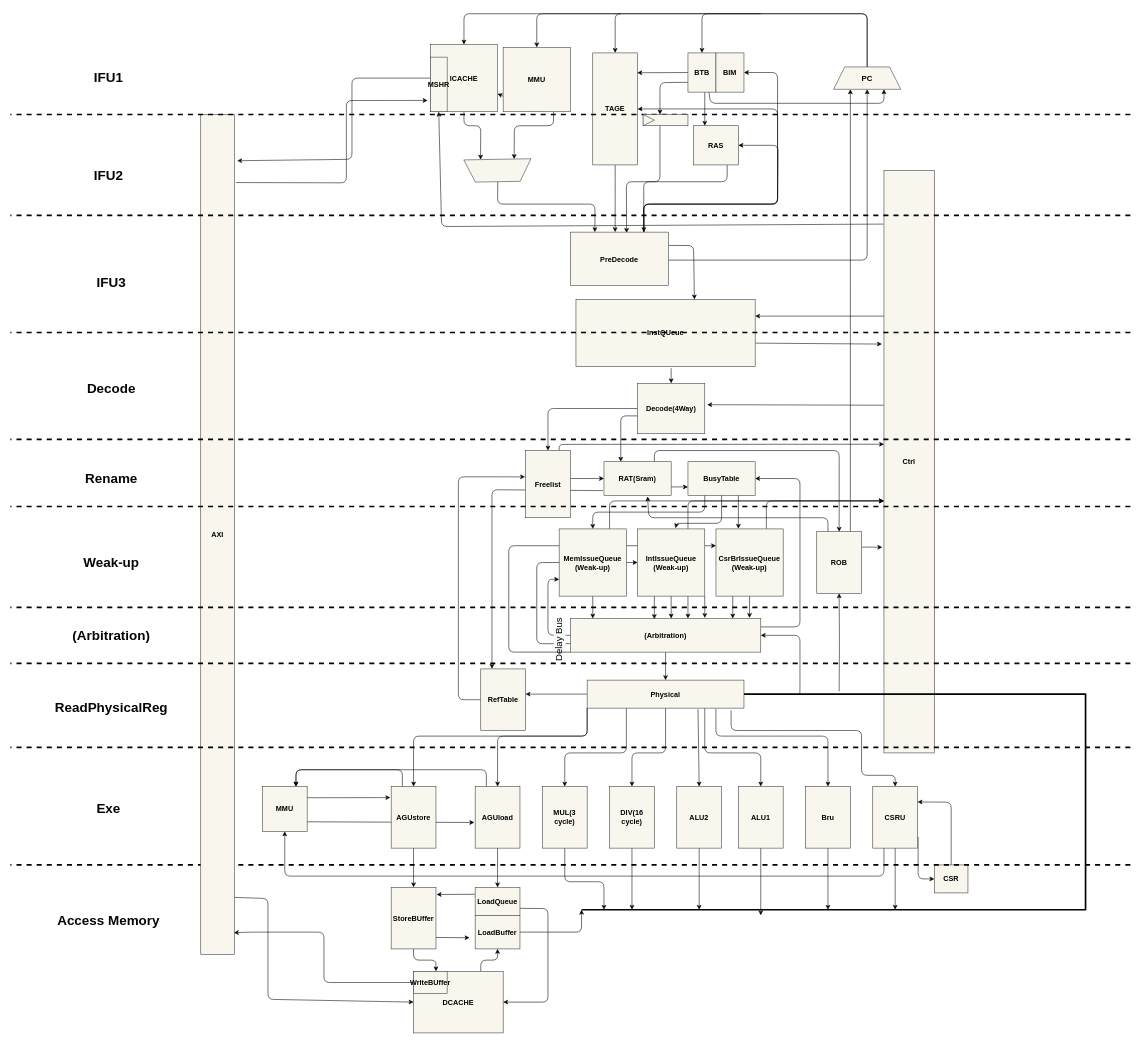
Above: doc/picture/Arch.dio in xunqianxun/LongArch-liguoqi-CPU (draw.io), before the change. Source tidied: cells renumbered, new cells numbered last; positions are measured from the earlier drawing's top-left corner, leaving out a move shared by most shapes. Both pictures are drawn from the tidied source at 56%, with x=0, y=0 at pixel (10, 13).
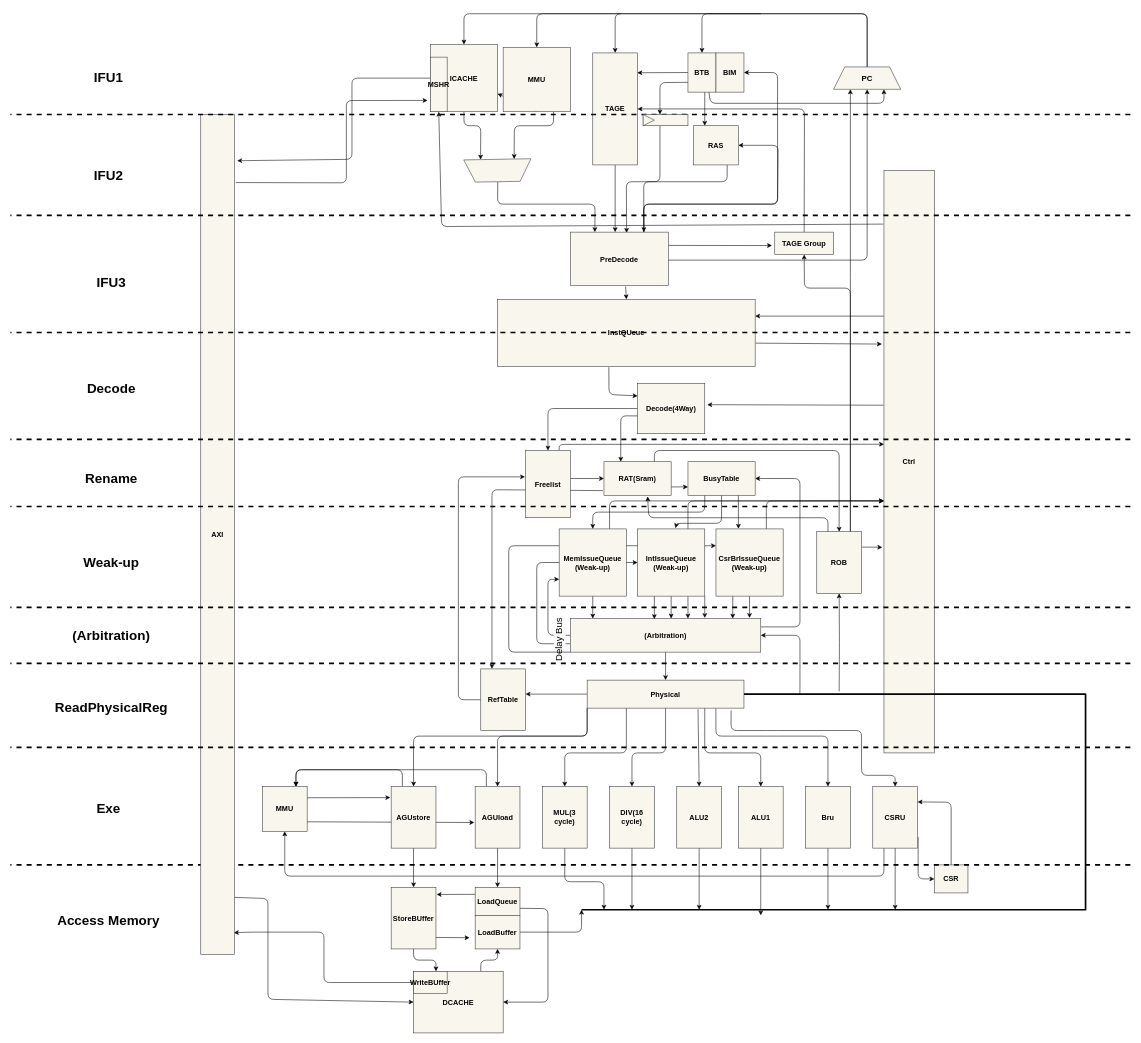
Above is the later version.

Unchanged cells that the change refers to:
```xml
<mxCell id="15" value="&lt;b&gt;&lt;font color=&quot;#000000&quot; style=&quot;font-size: 13px;&quot;&gt;TAGE&lt;/font&gt;&lt;/b&gt;" style="whiteSpace=wrap;html=1;fillColor=#f9f7ed;strokeColor=#36393d;" parent="1" vertex="1">
  <mxGeometry x="1040" y="70" width="80" height="200" as="geometry" />
</mxCell>
<mxCell id="28" value="&lt;b&gt;&lt;font color=&quot;#000000&quot; style=&quot;font-size: 13px;&quot;&gt;Decode(4Way)&lt;/font&gt;&lt;/b&gt;" style="whiteSpace=wrap;html=1;fillColor=#f9f7ed;strokeColor=#36393d;" parent="1" vertex="1">
  <mxGeometry x="1120" y="660" width="120" height="90" as="geometry" />
</mxCell>
<mxCell id="81" value="&lt;b style=&quot;color: rgb(0, 0, 0); font-size: 13px;&quot;&gt;ROB&lt;/b&gt;" style="whiteSpace=wrap;html=1;fillColor=#f9f7ed;strokeColor=#36393d;" parent="1" vertex="1">
  <mxGeometry x="1440" y="925" width="80" height="110" as="geometry" />
</mxCell>
<mxCell id="149" value="&lt;b&gt;&lt;font color=&quot;#000000&quot; style=&quot;font-size: 13px;&quot;&gt;PreDecode&lt;/font&gt;&lt;/b&gt;" style="whiteSpace=wrap;html=1;fillColor=#f9f7ed;strokeColor=#36393d;" parent="1" vertex="1">
  <mxGeometry x="1000" y="390" width="175" height="95" as="geometry" />
</mxCell>
```

The edit, as a diff of the source:
```diff
@@
-    <mxCell id="2" style="edgeStyle=none;html=1;entryX=0.5;entryY=0;entryDx=0;entryDy=0;strokeColor=#030303;strokeWidth=1;fontSize=13;fontColor=#000000;exitX=0.531;exitY=1.025;exitDx=0;exitDy=0;exitPerimeter=0;" parent="1" edge="1" source="4" target="28">
-      <mxGeometry relative="1" as="geometry" />
+    <mxCell id="2" style="edgeStyle=none;html=1;entryX=0;entryY=0.25;entryDx=0;entryDy=0;strokeColor=#030303;strokeWidth=1;fontSize=13;fontColor=#000000;exitX=0.432;exitY=1.01;exitDx=0;exitDy=0;exitPerimeter=0;" parent="1" edge="1" source="4" target="28">
+      <mxGeometry relative="1" as="geometry">
+        <Array as="points">
+          <mxPoint x="1069" y="680" />
+        </Array>
+      </mxGeometry>
     </mxCell>
@@
     <mxCell id="4" value="&lt;b&gt;&lt;font color=&quot;#000000&quot; style=&quot;font-size: 13px;&quot;&gt;InstQUeue&lt;/font&gt;&lt;/b&gt;" style="whiteSpace=wrap;html=1;fillColor=#f9f7ed;strokeColor=#36393d;" parent="1" vertex="1">
-      <mxGeometry x="1010" y="510" width="320" height="120" as="geometry" />
+      <mxGeometry x="870" y="510" width="460" height="120" as="geometry" />
     </mxCell>
@@
+    <mxCell id="154" style="edgeStyle=none;html=1;exitX=0.75;exitY=0;exitDx=0;exitDy=0;entryX=0.5;entryY=1;entryDx=0;entryDy=0;strokeColor=#000000;" parent="1" edge="1" source="81" target="156">
+      <mxGeometry relative="1" as="geometry">
+        <Array as="points">
+          <mxPoint x="1500" y="490" />
+          <mxPoint x="1418" y="490" />
+        </Array>
+      </mxGeometry>
+    </mxCell>
@@
-    <mxCell id="147" style="edgeStyle=none;html=1;exitX=0.75;exitY=0;exitDx=0;exitDy=0;strokeColor=#000000;fontSize=14;fontColor=#000000;" parent="1" edge="1" source="149" target="15">
+    <mxCell id="147" style="edgeStyle=none;html=1;exitX=0.5;exitY=0;exitDx=0;exitDy=0;strokeColor=#000000;fontSize=14;fontColor=#000000;" parent="1" edge="1" source="156" target="15">
       <mxGeometry relative="1" as="geometry">
         <Array as="points">
-          <mxPoint x="1131" y="340" />
-          <mxPoint x="1370" y="340" />
-          <mxPoint x="1370" y="170" />
+          <mxPoint x="1418" y="170" />
         </Array>
       </mxGeometry>
     </mxCell>
-    <mxCell id="148" style="edgeStyle=none;html=1;exitX=1;exitY=0.25;exitDx=0;exitDy=0;entryX=0.661;entryY=0.002;entryDx=0;entryDy=0;strokeColor=#000000;fontSize=14;fontColor=#000000;entryPerimeter=0;" parent="1" edge="1" source="149" target="4">
-      <mxGeometry relative="1" as="geometry">
-        <Array as="points">
-          <mxPoint x="1220" y="414" />
-        </Array>
-      </mxGeometry>
+    <mxCell id="148" style="edgeStyle=none;html=1;exitX=0.564;exitY=1.02;exitDx=0;exitDy=0;entryX=0.5;entryY=0;entryDx=0;entryDy=0;strokeColor=#000000;fontSize=14;fontColor=#000000;exitPerimeter=0;" parent="1" edge="1" source="149" target="4">
+      <mxGeometry relative="1" as="geometry" />
     </mxCell>
+    <mxCell id="155" style="edgeStyle=none;html=1;exitX=1;exitY=0.25;exitDx=0;exitDy=0;strokeColor=#000000;" parent="1" edge="1" source="149">
+      <mxGeometry relative="1" as="geometry">
+        <mxPoint x="1360" y="414" as="targetPoint" />
+      </mxGeometry>
+    </mxCell>
@@
+    <mxCell id="156" value="&lt;b&gt;&lt;font color=&quot;#000000&quot; style=&quot;font-size: 13px;&quot;&gt;TAGE Group&lt;/font&gt;&lt;/b&gt;" style="whiteSpace=wrap;html=1;fillColor=#f9f7ed;strokeColor=#36393d;" parent="1" vertex="1">
+      <mxGeometry x="1365" y="390" width="105" height="40" as="geometry" />
+    </mxCell>
```
